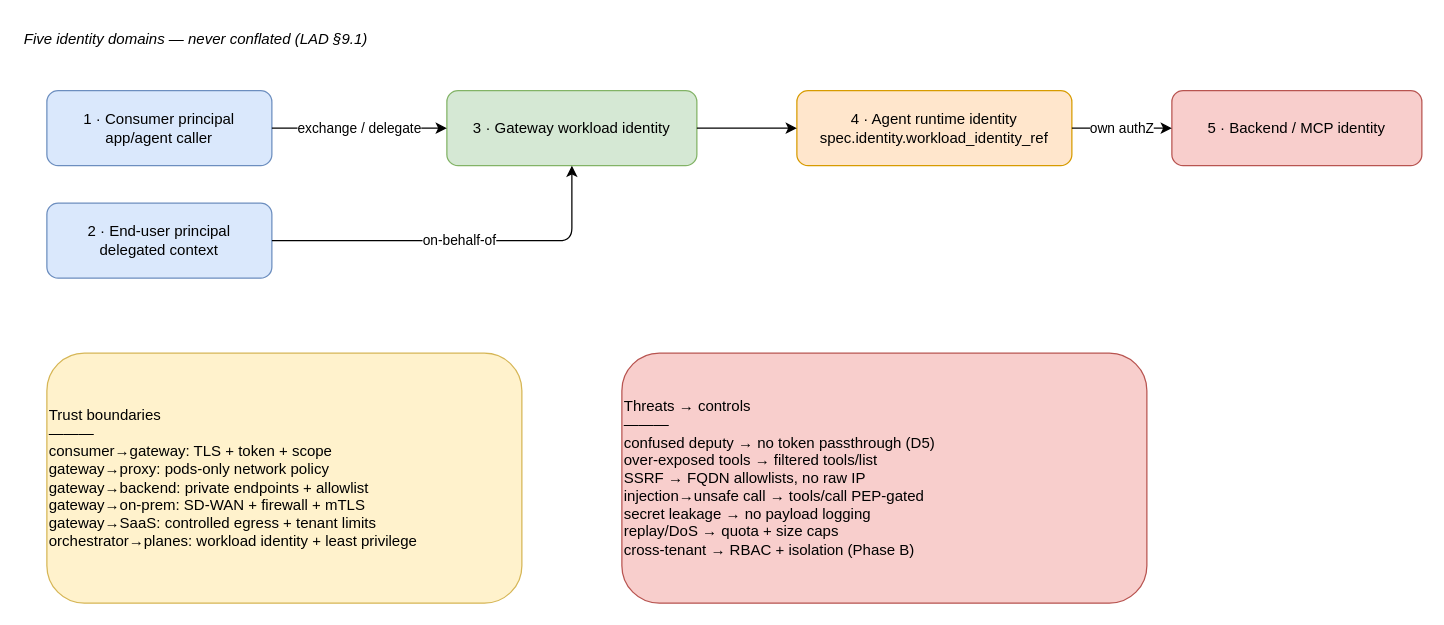
msellamiTN/taas-provenance-discovery keeps this draw.io diagram as page "08-Identity-Trust" (8 of 10) of docs/archi/taas-enterprise-architecture.drawio. Above is the earlier version. Source tidied: cells renumbered, new cells numbered last; positions are measured from the earlier drawing's top-left corner, leaving out a move shared by most shapes. Both pictures are drawn from the tidied source at 125%, with x=0, y=0 at pixel (21, 21).
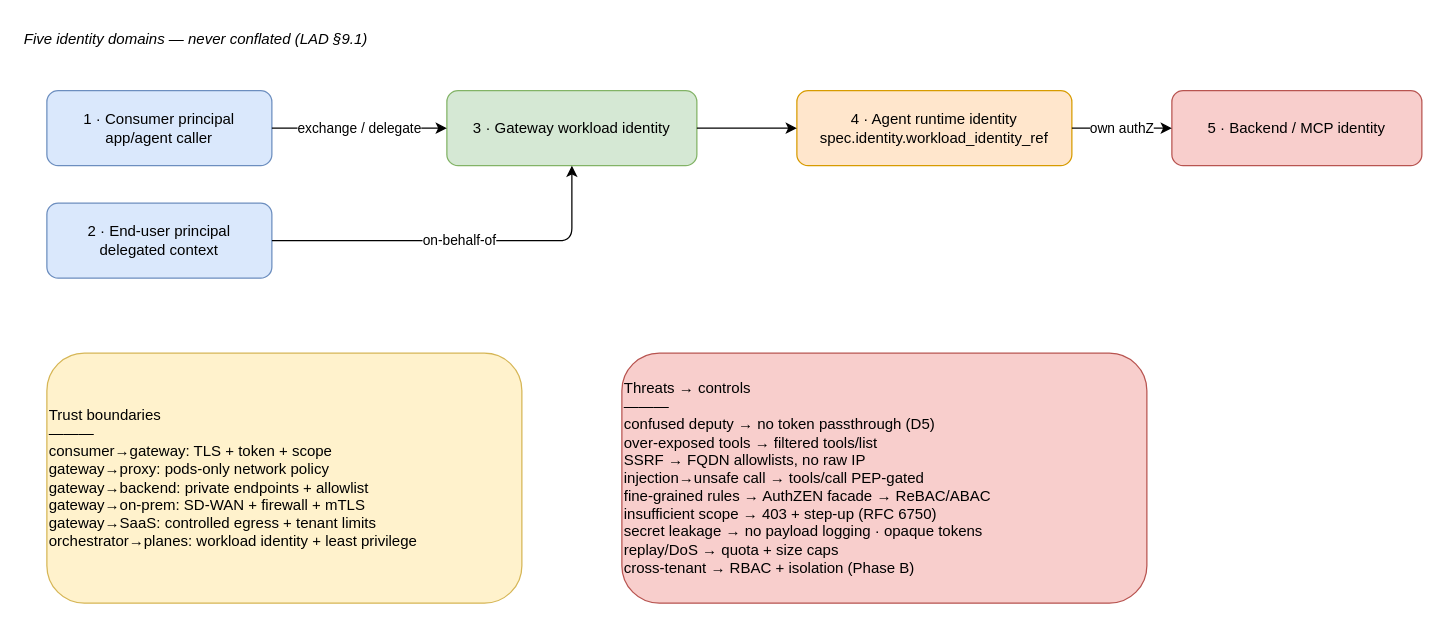
After the change.

Change to the diagram source:
```diff
@@
 <mxGraphModel>
   <root>
     <mxCell id="0" />
     <mxCell id="1" parent="0" />
     <mxCell id="2" value="Five identity domains — never conflated (LAD §9.1)" style="text;html=1;fontSize=12;fontStyle=2;" parent="1" vertex="1">
       <mxGeometry width="600" height="24" as="geometry" />
     </mxCell>
     <mxCell id="3" value="1 · Consumer principal&lt;br&gt;app/agent caller" style="rounded=1;whiteSpace=wrap;html=1;fillColor=#dae8fc;strokeColor=#6c8ebf;" parent="1" vertex="1">
       <mxGeometry x="20" y="55" width="180" height="60" as="geometry" />
     </mxCell>
     <mxCell id="4" value="2 · End-user principal&lt;br&gt;delegated context" style="rounded=1;whiteSpace=wrap;html=1;fillColor=#dae8fc;strokeColor=#6c8ebf;" parent="1" vertex="1">
       <mxGeometry x="20" y="145" width="180" height="60" as="geometry" />
     </mxCell>
     <mxCell id="5" value="3 · Gateway workload identity" style="rounded=1;whiteSpace=wrap;html=1;fillColor=#d5e8d4;strokeColor=#82b366;" parent="1" vertex="1">
       <mxGeometry x="340" y="55" width="200" height="60" as="geometry" />
     </mxCell>
     <mxCell id="6" value="4 · Agent runtime identity&lt;br&gt;spec.identity.workload_identity_ref" style="rounded=1;whiteSpace=wrap;html=1;fillColor=#ffe6cc;strokeColor=#d79b00;" parent="1" vertex="1">
       <mxGeometry x="620" y="55" width="220" height="60" as="geometry" />
     </mxCell>
     <mxCell id="7" value="5 · Backend / MCP identity" style="rounded=1;whiteSpace=wrap;html=1;fillColor=#f8cecc;strokeColor=#b85450;" parent="1" vertex="1">
       <mxGeometry x="920" y="55" width="200" height="60" as="geometry" />
     </mxCell>
     <mxCell id="8" value="exchange / delegate" style="edgeStyle=orthogonalEdgeStyle;rounded=1;html=1;fontSize=11;" parent="1" edge="1" source="3" target="5">
       <mxGeometry relative="1" as="geometry" />
     </mxCell>
     <mxCell id="9" value="on-behalf-of" style="edgeStyle=orthogonalEdgeStyle;rounded=1;html=1;fontSize=11;" parent="1" edge="1" source="4" target="5">
       <mxGeometry relative="1" as="geometry" />
     </mxCell>
     <mxCell id="10" style="edgeStyle=orthogonalEdgeStyle;rounded=1;html=1;" parent="1" edge="1" source="5" target="6">
       <mxGeometry relative="1" as="geometry" />
     </mxCell>
     <mxCell id="11" value="own authZ" style="edgeStyle=orthogonalEdgeStyle;rounded=1;html=1;fontSize=11;" parent="1" edge="1" source="6" target="7">
       <mxGeometry relative="1" as="geometry" />
     </mxCell>
     <mxCell id="12" value="Trust boundaries&lt;br&gt;———&lt;br&gt;consumer→gateway: TLS + token + scope&lt;br&gt;gateway→proxy: pods-only network policy&lt;br&gt;gateway→backend: private endpoints + allowlist&lt;br&gt;gateway→on-prem: SD-WAN + firewall + mTLS&lt;br&gt;gateway→SaaS: controlled egress + tenant limits&lt;br&gt;orchestrator→planes: workload identity + least privilege" style="rounded=1;whiteSpace=wrap;html=1;fillColor=#fff2cc;strokeColor=#d6b656;align=left;" parent="1" vertex="1">
       <mxGeometry x="20" y="265" width="380" height="200" as="geometry" />
     </mxCell>
-    <mxCell id="13" value="Threats → controls&lt;br&gt;———&lt;br&gt;confused deputy → no token passthrough (D5)&lt;br&gt;over-exposed tools → filtered tools/list&lt;br&gt;SSRF → FQDN allowlists, no raw IP&lt;br&gt;injection→unsafe call → tools/call PEP-gated&lt;br&gt;secret leakage → no payload logging&lt;br&gt;replay/DoS → quota + size caps&lt;br&gt;cross-tenant → RBAC + isolation (Phase B)" style="rounded=1;whiteSpace=wrap;html=1;fillColor=#f8cecc;strokeColor=#b85450;align=left;" parent="1" vertex="1">
+    <mxCell id="13" value="Threats → controls&lt;br&gt;———&lt;br&gt;confused deputy → no token passthrough (D5)&lt;br&gt;over-exposed tools → filtered tools/list&lt;br&gt;SSRF → FQDN allowlists, no raw IP&lt;br&gt;injection→unsafe call → tools/call PEP-gated&lt;br&gt;fine-grained rules → AuthZEN facade → ReBAC/ABAC&lt;br&gt;insufficient scope → 403 + step-up (RFC 6750)&lt;br&gt;secret leakage → no payload logging · opaque tokens&lt;br&gt;replay/DoS → quota + size caps&lt;br&gt;cross-tenant → RBAC + isolation (Phase B)" style="rounded=1;whiteSpace=wrap;html=1;fillColor=#f8cecc;strokeColor=#b85450;align=left;" parent="1" vertex="1">
       <mxGeometry x="480" y="265" width="420" height="200" as="geometry" />
     </mxCell>
   </root>
 </mxGraphModel>
```
